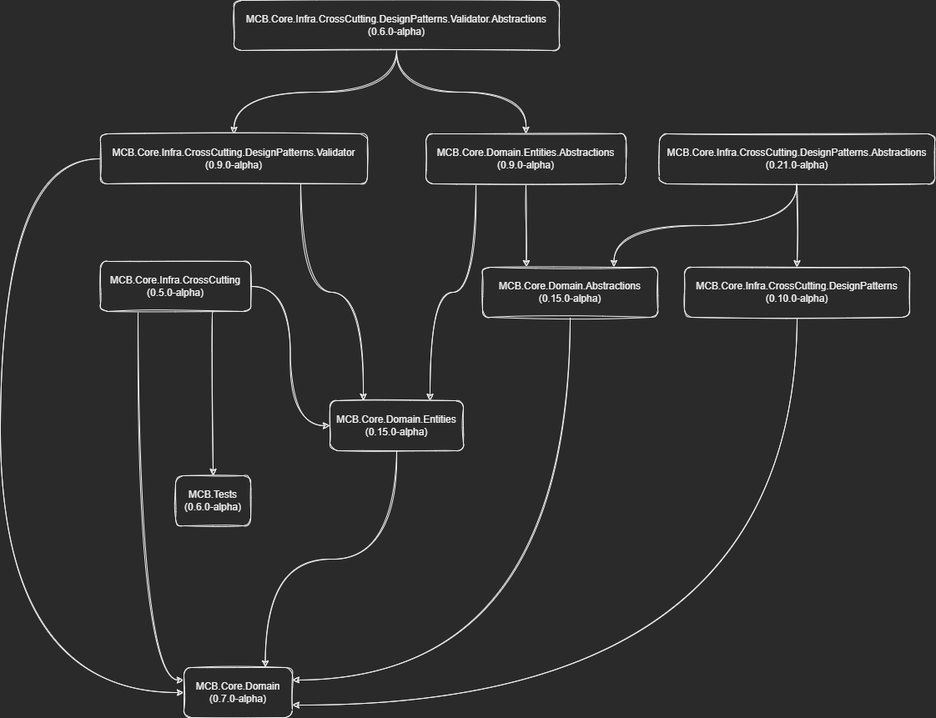
The draw.io diagram Core/diagrams/exported/core-overview.drawio.png in MarceloCas/Docs, before a commit. Source tidied: cells renumbered, new cells last; positions are measured from the earlier drawing's top-left corner, leaving out a move shared by most shapes.
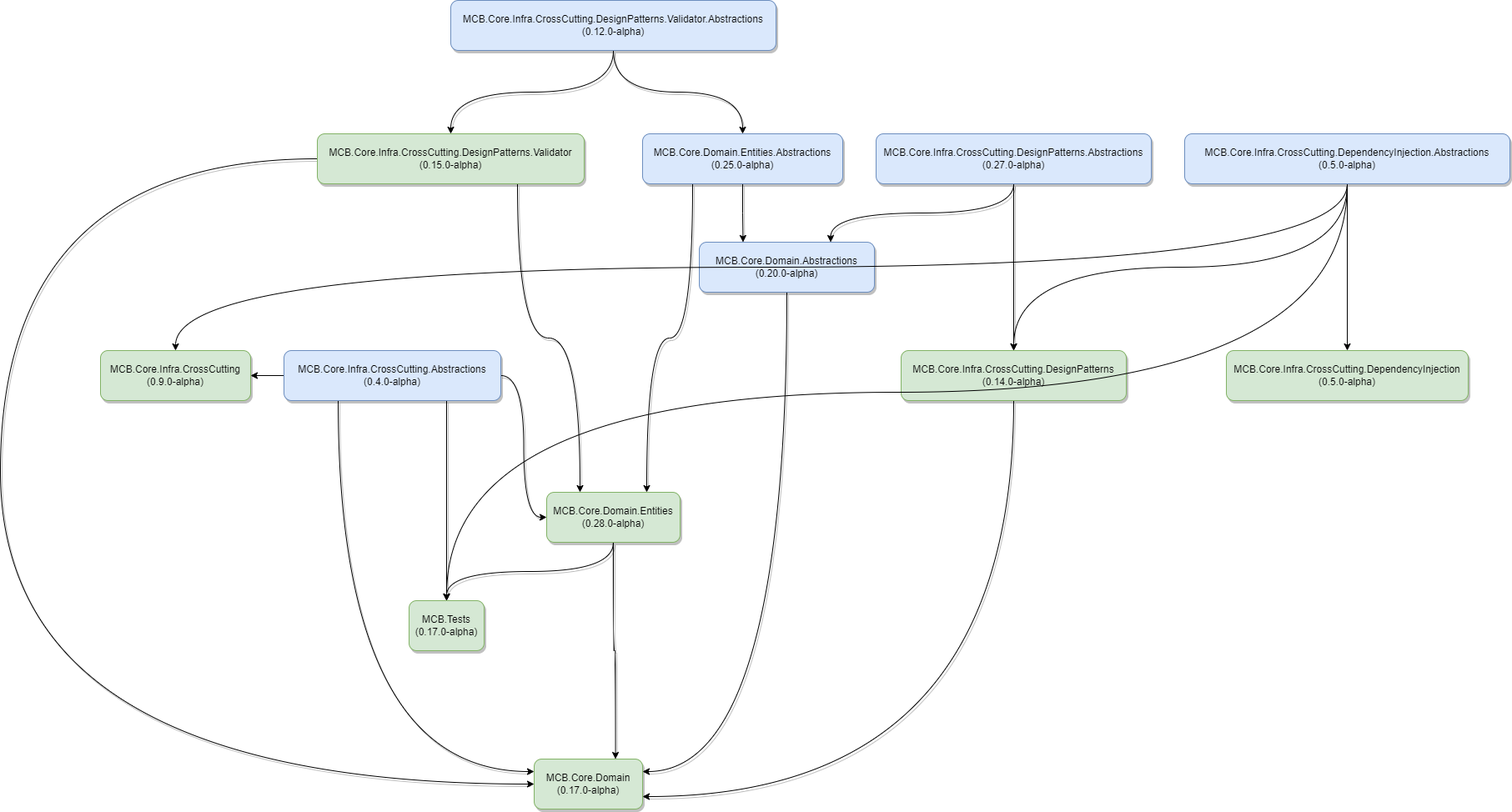
The same file after the commit.

Diff of the diagram source:
```diff
@@ -2,82 +2,109 @@
   <root>
     <mxCell id="0" />
     <mxCell id="1" parent="0" />
-    <mxCell id="2" style="edgeStyle=orthogonalEdgeStyle;rounded=1;jettySize=auto;html=1;exitX=0.75;exitY=1;exitDx=0;exitDy=0;sketch=1;curved=1;" parent="1" edge="1" source="5" target="25">
+    <mxCell id="2" style="edgeStyle=orthogonalEdgeStyle;rounded=1;jettySize=auto;html=1;exitX=0.75;exitY=1;exitDx=0;exitDy=0;shadow=1;curved=1;" parent="1" edge="1" source="5" target="25">
       <mxGeometry relative="1" as="geometry" />
     </mxCell>
-    <mxCell id="3" style="edgeStyle=orthogonalEdgeStyle;rounded=1;jettySize=auto;html=1;exitX=0.25;exitY=1;exitDx=0;exitDy=0;entryX=0;entryY=0.25;entryDx=0;entryDy=0;sketch=1;curved=1;" parent="1" edge="1" source="5" target="22">
+    <mxCell id="3" style="edgeStyle=orthogonalEdgeStyle;rounded=1;jettySize=auto;html=1;exitX=0.25;exitY=1;exitDx=0;exitDy=0;entryX=0;entryY=0.25;entryDx=0;entryDy=0;shadow=1;curved=1;" parent="1" edge="1" source="5" target="22">
       <mxGeometry relative="1" as="geometry" />
     </mxCell>
-    <mxCell id="4" style="edgeStyle=orthogonalEdgeStyle;rounded=1;jettySize=auto;html=1;exitX=1;exitY=0.5;exitDx=0;exitDy=0;entryX=0;entryY=0.5;entryDx=0;entryDy=0;sketch=1;curved=1;" parent="1" edge="1" source="5" target="24">
+    <mxCell id="4" style="edgeStyle=orthogonalEdgeStyle;rounded=1;jettySize=auto;html=1;exitX=1;exitY=0.5;exitDx=0;exitDy=0;entryX=0;entryY=0.5;entryDx=0;entryDy=0;shadow=1;curved=1;" parent="1" edge="1" source="5" target="24">
       <mxGeometry relative="1" as="geometry" />
     </mxCell>
+    <mxCell id="26" style="edgeStyle=orthogonalEdgeStyle;rounded=0;jettySize=auto;html=1;curved=1;" parent="1" edge="1" source="5" target="34">
+      <mxGeometry relative="1" as="geometry" />
+    </mxCell>
-    <mxCell id="5" value="MCB.Core.Infra.CrossCutting&lt;br&gt;(0.5.0-alpha)" style="rounded=1;whiteSpace=wrap;html=1;sketch=1;" parent="1" vertex="1">
-      <mxGeometry x="120" y="313" width="180" height="60" as="geometry" />
+    <mxCell id="5" value="MCB.Core.Infra.CrossCutting.Abstractions&lt;br&gt;(0.4.0-alpha)" style="rounded=1;whiteSpace=wrap;html=1;shadow=1;fillColor=#dae8fc;strokeColor=#6c8ebf;" parent="1" vertex="1">
+      <mxGeometry x="80" y="420" width="260" height="60" as="geometry" />
     </mxCell>
-    <mxCell id="6" style="edgeStyle=orthogonalEdgeStyle;rounded=1;jettySize=auto;html=1;sketch=1;curved=1;" parent="1" edge="1" source="8" target="10">
+    <mxCell id="6" style="edgeStyle=orthogonalEdgeStyle;rounded=1;jettySize=auto;html=1;shadow=1;curved=1;" parent="1" edge="1" source="8" target="10">
       <mxGeometry relative="1" as="geometry" />
     </mxCell>
-    <mxCell id="7" style="edgeStyle=orthogonalEdgeStyle;rounded=1;jettySize=auto;html=1;exitX=0.5;exitY=1;exitDx=0;exitDy=0;entryX=0.75;entryY=0;entryDx=0;entryDy=0;sketch=1;curved=1;" parent="1" edge="1" source="8" target="21">
+    <mxCell id="7" style="edgeStyle=orthogonalEdgeStyle;rounded=1;jettySize=auto;html=1;exitX=0.5;exitY=1;exitDx=0;exitDy=0;entryX=0.75;entryY=0;entryDx=0;entryDy=0;shadow=1;curved=1;" parent="1" edge="1" source="8" target="21">
       <mxGeometry relative="1" as="geometry" />
     </mxCell>
-    <mxCell id="8" value="MCB.Core.Infra.CrossCutting.DesignPatterns.Abstractions&lt;br&gt;(0.21.0-alpha)" style="rounded=1;whiteSpace=wrap;html=1;sketch=1;" parent="1" vertex="1">
+    <mxCell id="8" value="MCB.Core.Infra.CrossCutting.DesignPatterns.Abstractions&lt;br&gt;(0.27.0-alpha)" style="rounded=1;whiteSpace=wrap;html=1;shadow=1;fillColor=#dae8fc;strokeColor=#6c8ebf;" parent="1" vertex="1">
       <mxGeometry x="790" y="160" width="330" height="60" as="geometry" />
     </mxCell>
-    <mxCell id="9" style="edgeStyle=orthogonalEdgeStyle;rounded=1;jettySize=auto;html=1;exitX=0.5;exitY=1;exitDx=0;exitDy=0;entryX=1;entryY=0.75;entryDx=0;entryDy=0;sketch=1;curved=1;" parent="1" edge="1" source="10" target="22">
+    <mxCell id="9" style="edgeStyle=orthogonalEdgeStyle;rounded=1;jettySize=auto;html=1;exitX=0.5;exitY=1;exitDx=0;exitDy=0;entryX=1;entryY=0.75;entryDx=0;entryDy=0;shadow=1;curved=1;" parent="1" edge="1" source="10" target="22">
       <mxGeometry relative="1" as="geometry" />
     </mxCell>
-    <mxCell id="10" value="MCB.Core.Infra.CrossCutting.DesignPatterns&lt;br&gt;(0.10.0-alpha)" style="rounded=1;whiteSpace=wrap;html=1;sketch=1;" parent="1" vertex="1">
-      <mxGeometry x="820" y="320" width="270" height="60" as="geometry" />
+    <mxCell id="10" value="MCB.Core.Infra.CrossCutting.DesignPatterns&lt;br&gt;(0.14.0-alpha)" style="rounded=1;whiteSpace=wrap;html=1;shadow=1;fillColor=#d5e8d4;strokeColor=#82b366;" parent="1" vertex="1">
+      <mxGeometry x="820" y="420" width="270" height="60" as="geometry" />
     </mxCell>
-    <mxCell id="11" style="edgeStyle=orthogonalEdgeStyle;rounded=1;jettySize=auto;html=1;exitX=0.5;exitY=1;exitDx=0;exitDy=0;sketch=1;curved=1;" parent="1" edge="1" source="13" target="16">
+    <mxCell id="11" style="edgeStyle=orthogonalEdgeStyle;rounded=1;jettySize=auto;html=1;exitX=0.5;exitY=1;exitDx=0;exitDy=0;shadow=1;curved=1;" parent="1" edge="1" source="13" target="16">
       <mxGeometry relative="1" as="geometry" />
     </mxCell>
-    <mxCell id="12" style="edgeStyle=orthogonalEdgeStyle;rounded=1;jettySize=auto;html=1;exitX=0.5;exitY=1;exitDx=0;exitDy=0;sketch=1;curved=1;" parent="1" edge="1" source="13" target="19">
+    <mxCell id="12" style="edgeStyle=orthogonalEdgeStyle;rounded=1;jettySize=auto;html=1;exitX=0.5;exitY=1;exitDx=0;exitDy=0;shadow=1;curved=1;" parent="1" edge="1" source="13" target="19">
       <mxGeometry relative="1" as="geometry" />
     </mxCell>
-    <mxCell id="13" value="MCB.Core.Infra.CrossCutting.DesignPatterns.Validator.Abstractions&lt;br&gt;(0.6.0-alpha)" style="rounded=1;whiteSpace=wrap;html=1;sketch=1;" parent="1" vertex="1">
+    <mxCell id="13" value="MCB.Core.Infra.CrossCutting.DesignPatterns.Validator.Abstractions&lt;br&gt;(0.12.0-alpha)" style="rounded=1;whiteSpace=wrap;html=1;shadow=1;fillColor=#dae8fc;strokeColor=#6c8ebf;" parent="1" vertex="1">
       <mxGeometry x="280" width="390" height="60" as="geometry" />
     </mxCell>
-    <mxCell id="14" style="edgeStyle=orthogonalEdgeStyle;rounded=1;jettySize=auto;html=1;exitX=0.75;exitY=1;exitDx=0;exitDy=0;entryX=0.25;entryY=0;entryDx=0;entryDy=0;sketch=1;curved=1;" parent="1" edge="1" source="16" target="24">
+    <mxCell id="14" style="edgeStyle=orthogonalEdgeStyle;rounded=1;jettySize=auto;html=1;exitX=0.75;exitY=1;exitDx=0;exitDy=0;entryX=0.25;entryY=0;entryDx=0;entryDy=0;shadow=1;curved=1;" parent="1" edge="1" source="16" target="24">
       <mxGeometry relative="1" as="geometry" />
     </mxCell>
-    <mxCell id="15" style="edgeStyle=orthogonalEdgeStyle;rounded=1;jettySize=auto;html=1;exitX=0;exitY=0.5;exitDx=0;exitDy=0;entryX=0;entryY=0.5;entryDx=0;entryDy=0;sketch=1;curved=1;" parent="1" edge="1" source="16" target="22">
+    <mxCell id="15" style="edgeStyle=orthogonalEdgeStyle;rounded=1;jettySize=auto;html=1;exitX=0;exitY=0.5;exitDx=0;exitDy=0;entryX=0;entryY=0.5;entryDx=0;entryDy=0;shadow=1;curved=1;" parent="1" edge="1" source="16" target="22">
       <mxGeometry relative="1" as="geometry">
         <Array as="points">
-          <mxPoint y="190" />
-          <mxPoint y="830" />
+          <mxPoint x="-260" y="190" />
+          <mxPoint x="-260" y="940" />
         </Array>
       </mxGeometry>
     </mxCell>
-    <mxCell id="16" value="MCB.Core.Infra.CrossCutting.DesignPatterns.Validator&lt;br&gt;(0.9.0-alpha)" style="rounded=1;whiteSpace=wrap;html=1;sketch=1;" parent="1" vertex="1">
+    <mxCell id="16" value="MCB.Core.Infra.CrossCutting.DesignPatterns.Validator&lt;br&gt;(0.15.0-alpha)" style="rounded=1;whiteSpace=wrap;html=1;shadow=1;fillColor=#d5e8d4;strokeColor=#82b366;" parent="1" vertex="1">
       <mxGeometry x="120" y="160" width="320" height="60" as="geometry" />
     </mxCell>
-    <mxCell id="17" style="edgeStyle=orthogonalEdgeStyle;rounded=1;jettySize=auto;html=1;exitX=0.5;exitY=1;exitDx=0;exitDy=0;entryX=0.25;entryY=0;entryDx=0;entryDy=0;sketch=1;curved=1;" parent="1" edge="1" source="19" target="21">
+    <mxCell id="17" style="edgeStyle=orthogonalEdgeStyle;rounded=1;jettySize=auto;html=1;exitX=0.5;exitY=1;exitDx=0;exitDy=0;entryX=0.25;entryY=0;entryDx=0;entryDy=0;shadow=1;curved=1;" parent="1" edge="1" source="19" target="21">
       <mxGeometry relative="1" as="geometry" />
     </mxCell>
-    <mxCell id="18" style="edgeStyle=orthogonalEdgeStyle;rounded=1;jettySize=auto;html=1;exitX=0.25;exitY=1;exitDx=0;exitDy=0;entryX=0.75;entryY=0;entryDx=0;entryDy=0;sketch=1;curved=1;" parent="1" edge="1" source="19" target="24">
+    <mxCell id="18" style="edgeStyle=orthogonalEdgeStyle;rounded=1;jettySize=auto;html=1;exitX=0.25;exitY=1;exitDx=0;exitDy=0;entryX=0.75;entryY=0;entryDx=0;entryDy=0;shadow=1;curved=1;" parent="1" edge="1" source="19" target="24">
       <mxGeometry relative="1" as="geometry" />
     </mxCell>
-    <mxCell id="19" value="MCB.Core.Domain.Entities.Abstractions&lt;br&gt;(0.9.0-alpha)" style="rounded=1;whiteSpace=wrap;html=1;sketch=1;" parent="1" vertex="1">
+    <mxCell id="19" value="MCB.Core.Domain.Entities.Abstractions&lt;br&gt;(0.25.0-alpha)" style="rounded=1;whiteSpace=wrap;html=1;shadow=1;fillColor=#dae8fc;strokeColor=#6c8ebf;" parent="1" vertex="1">
       <mxGeometry x="510" y="160" width="240" height="60" as="geometry" />
     </mxCell>
-    <mxCell id="20" style="edgeStyle=orthogonalEdgeStyle;rounded=1;jettySize=auto;html=1;exitX=0.5;exitY=1;exitDx=0;exitDy=0;entryX=1;entryY=0.25;entryDx=0;entryDy=0;sketch=1;curved=1;" parent="1" edge="1" source="21" target="22">
+    <mxCell id="20" style="edgeStyle=orthogonalEdgeStyle;rounded=1;jettySize=auto;html=1;exitX=0.5;exitY=1;exitDx=0;exitDy=0;entryX=1;entryY=0.25;entryDx=0;entryDy=0;shadow=1;curved=1;" parent="1" edge="1" source="21" target="22">
       <mxGeometry relative="1" as="geometry" />
     </mxCell>
-    <mxCell id="21" value="MCB.Core.Domain.Abstractions&lt;br&gt;(0.15.0-alpha)" style="rounded=1;whiteSpace=wrap;html=1;sketch=1;" parent="1" vertex="1">
-      <mxGeometry x="578" y="320" width="210" height="60" as="geometry" />
+    <mxCell id="21" value="MCB.Core.Domain.Abstractions&lt;br&gt;(0.20.0-alpha)" style="rounded=1;whiteSpace=wrap;html=1;shadow=1;fillColor=#dae8fc;strokeColor=#6c8ebf;" parent="1" vertex="1">
+      <mxGeometry x="578" y="290" width="210" height="60" as="geometry" />
     </mxCell>
-    <mxCell id="22" value="MCB.Core.Domain&lt;br&gt;(0.7.0-alpha)" style="rounded=1;whiteSpace=wrap;html=1;sketch=1;" parent="1" vertex="1">
-      <mxGeometry x="220" y="800" width="130" height="60" as="geometry" />
+    <mxCell id="22" value="MCB.Core.Domain&lt;br&gt;(0.17.0-alpha)" style="rounded=1;whiteSpace=wrap;html=1;shadow=1;fillColor=#d5e8d4;strokeColor=#82b366;" parent="1" vertex="1">
+      <mxGeometry x="380" y="910" width="130" height="60" as="geometry" />
     </mxCell>
-    <mxCell id="23" style="edgeStyle=orthogonalEdgeStyle;rounded=1;jettySize=auto;html=1;exitX=0.5;exitY=1;exitDx=0;exitDy=0;entryX=0.75;entryY=0;entryDx=0;entryDy=0;sketch=1;curved=1;" parent="1" edge="1" source="24" target="22">
+    <mxCell id="23" style="edgeStyle=orthogonalEdgeStyle;rounded=1;jettySize=auto;html=1;exitX=0.5;exitY=1;exitDx=0;exitDy=0;entryX=0.75;entryY=0;entryDx=0;entryDy=0;shadow=1;curved=1;" parent="1" edge="1" source="24" target="22">
       <mxGeometry relative="1" as="geometry" />
     </mxCell>
+    <mxCell id="27" style="edgeStyle=orthogonalEdgeStyle;rounded=0;jettySize=auto;html=1;entryX=0.5;entryY=1;entryDx=0;entryDy=0;exitX=0.5;exitY=0;exitDx=0;exitDy=0;startArrow=classic;startFill=1;endArrow=none;endFill=0;shadow=1;curved=1;" parent="1" edge="1" source="25" target="24">
+      <mxGeometry relative="1" as="geometry" />
+    </mxCell>
-    <mxCell id="24" value="MCB.Core.Domain.Entities&lt;br&gt;(0.15.0-alpha)" style="rounded=1;whiteSpace=wrap;html=1;sketch=1;" parent="1" vertex="1">
-      <mxGeometry x="395" y="480" width="160" height="60" as="geometry" />
+    <mxCell id="24" value="MCB.Core.Domain.Entities&lt;br&gt;(0.28.0-alpha)" style="rounded=1;whiteSpace=wrap;html=1;shadow=1;fillColor=#d5e8d4;strokeColor=#82b366;" parent="1" vertex="1">
+      <mxGeometry x="395" y="590" width="160" height="60" as="geometry" />
     </mxCell>
-    <mxCell id="25" value="MCB.Tests&lt;br&gt;(0.6.0-alpha)" style="rounded=1;whiteSpace=wrap;html=1;sketch=1;" parent="1" vertex="1">
-      <mxGeometry x="210" y="570" width="90" height="60" as="geometry" />
+    <mxCell id="25" value="MCB.Tests&lt;br&gt;(0.17.0-alpha)" style="rounded=1;whiteSpace=wrap;html=1;shadow=1;fillColor=#d5e8d4;strokeColor=#82b366;" parent="1" vertex="1">
+      <mxGeometry x="230" y="720" width="90" height="60" as="geometry" />
     </mxCell>
+    <mxCell id="28" style="edgeStyle=orthogonalEdgeStyle;rounded=0;jettySize=auto;html=1;exitX=0.5;exitY=1;exitDx=0;exitDy=0;entryX=0.5;entryY=0;entryDx=0;entryDy=0;curved=1;" parent="1" edge="1" source="32" target="10">
+      <mxGeometry relative="1" as="geometry" />
+    </mxCell>
+    <mxCell id="29" style="edgeStyle=orthogonalEdgeStyle;rounded=0;jettySize=auto;html=1;exitX=0.5;exitY=1;exitDx=0;exitDy=0;entryX=0.5;entryY=0;entryDx=0;entryDy=0;curved=1;" parent="1" edge="1" source="32" target="33">
+      <mxGeometry relative="1" as="geometry" />
+    </mxCell>
+    <mxCell id="30" style="edgeStyle=orthogonalEdgeStyle;rounded=0;jettySize=auto;html=1;exitX=0.5;exitY=1;exitDx=0;exitDy=0;entryX=0.5;entryY=0;entryDx=0;entryDy=0;curved=1;" parent="1" edge="1" source="32" target="25">
+      <mxGeometry relative="1" as="geometry" />
+    </mxCell>
+    <mxCell id="31" style="edgeStyle=orthogonalEdgeStyle;curved=1;rounded=0;jettySize=auto;html=1;exitX=0.5;exitY=1;exitDx=0;exitDy=0;" parent="1" edge="1" source="32" target="34">
+      <mxGeometry relative="1" as="geometry" />
+    </mxCell>
+    <mxCell id="32" value="MCB.Core.Infra.CrossCutting.DependencyInjection.Abstractions&lt;br&gt;(0.5.0-alpha)" style="rounded=1;whiteSpace=wrap;html=1;shadow=1;fillColor=#dae8fc;strokeColor=#6c8ebf;" parent="1" vertex="1">
+      <mxGeometry x="1160" y="160" width="390" height="60" as="geometry" />
+    </mxCell>
+    <mxCell id="33" value="MCB.Core.Infra.CrossCutting.DependencyInjection&lt;br&gt;(0.5.0-alpha)" style="rounded=1;whiteSpace=wrap;html=1;shadow=1;fillColor=#d5e8d4;strokeColor=#82b366;" parent="1" vertex="1">
+      <mxGeometry x="1210" y="420" width="290" height="60" as="geometry" />
+    </mxCell>
+    <mxCell id="34" value="MCB.Core.Infra.CrossCutting&lt;br&gt;(0.9.0-alpha)" style="rounded=1;whiteSpace=wrap;html=1;shadow=1;fillColor=#d5e8d4;strokeColor=#82b366;" parent="1" vertex="1">
+      <mxGeometry x="-140" y="420" width="180" height="60" as="geometry" />
+    </mxCell>
   </root>
 </mxGraphModel>
```
